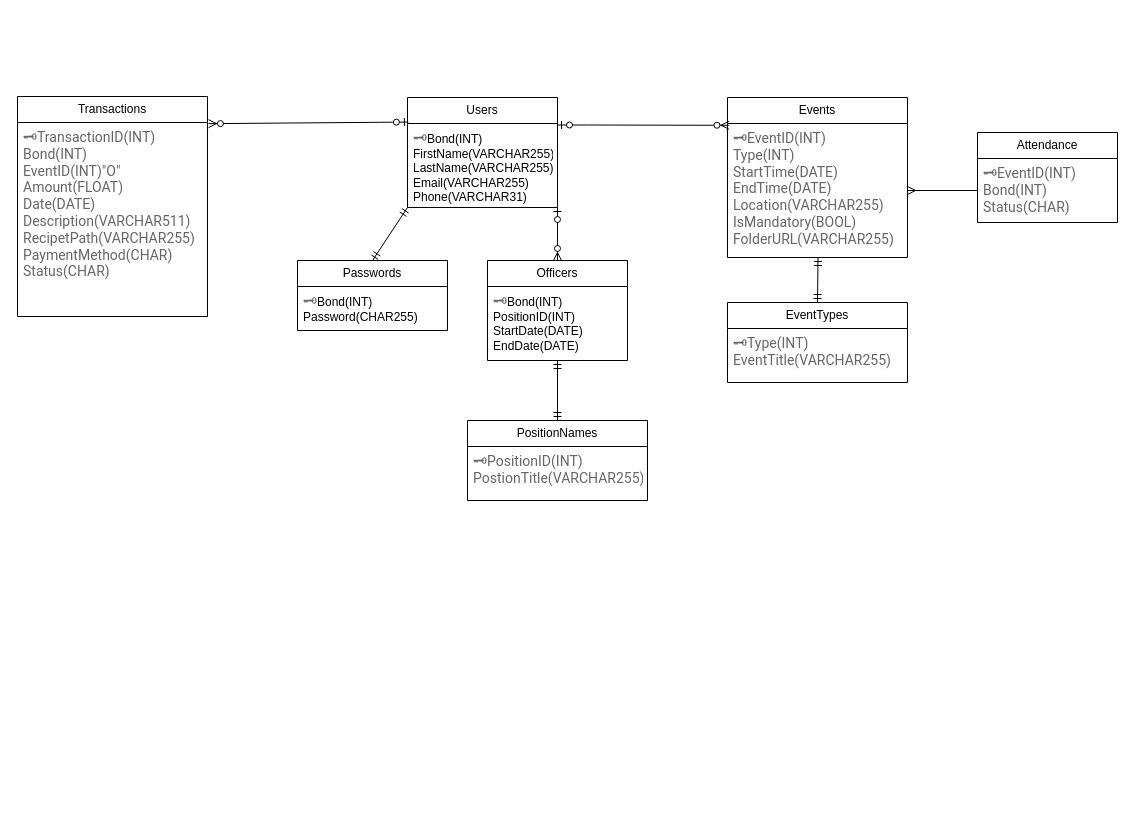
Above: documentation/pdtnsaDB.drawio in vermaakL/PDTNSA (draw.io), before the change. Source tidied: cells renumbered, new cells numbered last; positions are measured from the earlier drawing's top-left corner, leaving out a move shared by most shapes. Both pictures are drawn from the tidied source at 100%, with x=0, y=0 at pixel (17, 96).
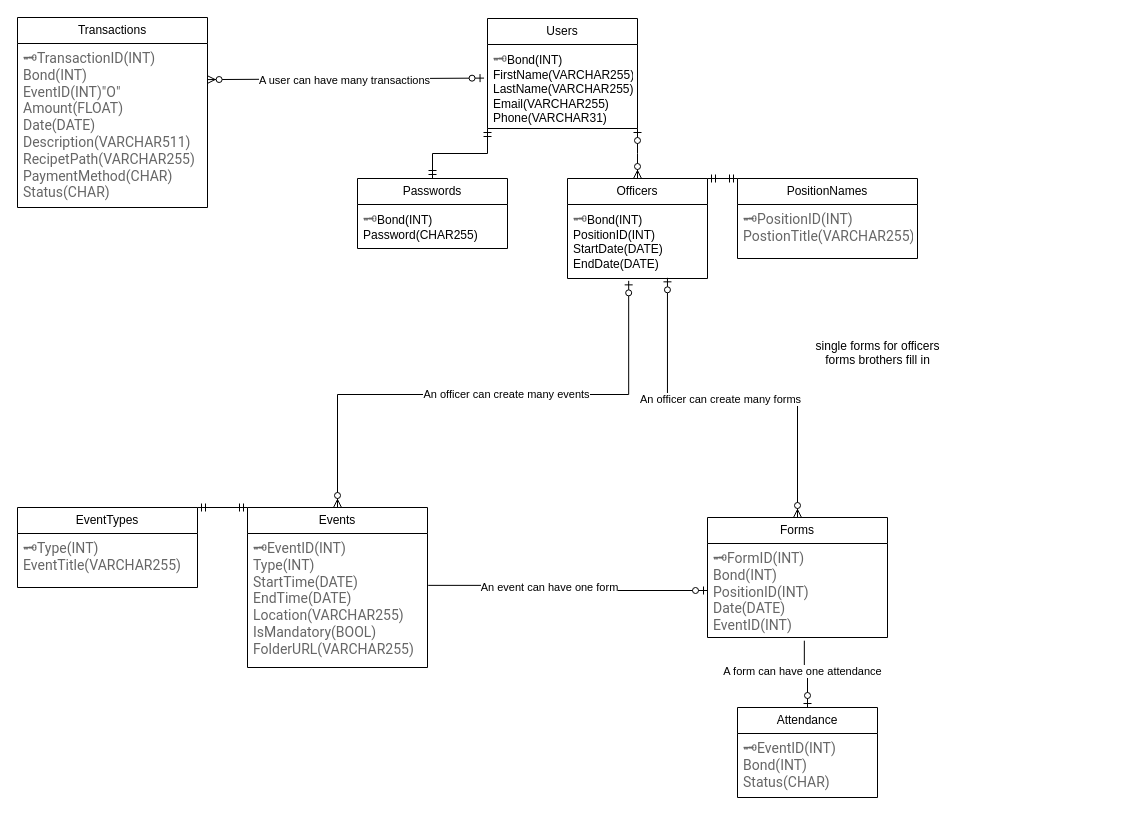
The same diagram, later.

Unchanged cells that the change refers to:
```xml
<mxCell id="3" value="&lt;span style=&quot;color: rgb(102, 102, 102); font-family: Roboto, Helvetica, sans-serif; font-size: 14px; background-color: rgb(255, 255, 255);&quot;&gt;🗝&lt;/span&gt;Bond(INT)&lt;div&gt;FirstName(VARCHAR255)&lt;/div&gt;&lt;div&gt;LastName(&lt;span style=&quot;background-color: initial;&quot;&gt;VARCHAR255&lt;/span&gt;&lt;span style=&quot;background-color: initial;&quot;&gt;)&lt;/span&gt;&lt;/div&gt;&lt;div&gt;&lt;div&gt;Email(&lt;span style=&quot;background-color: initial;&quot;&gt;VARCHAR255&lt;/span&gt;&lt;span style=&quot;background-color: initial;&quot;&gt;)&lt;/span&gt;&lt;/div&gt;&lt;div&gt;&lt;div&gt;Phone(&lt;span style=&quot;background-color: initial;&quot;&gt;VARCHAR31&lt;/span&gt;&lt;span style=&quot;background-color: initial;&quot;&gt;)&lt;/span&gt;&lt;/div&gt;&lt;/div&gt;&lt;/div&gt;" style="text;strokeColor=none;fillColor=none;align=left;verticalAlign=top;spacingLeft=4;spacingRight=4;overflow=hidden;points=[[0,0.5],[1,0.5]];portConstraint=eastwest;whiteSpace=wrap;html=1;" parent="2" vertex="1">
  <mxGeometry y="26" width="150" height="84" as="geometry" />
</mxCell>
<mxCell id="5" value="&lt;span style=&quot;color: rgb(102, 102, 102); font-family: Roboto, Helvetica, sans-serif; font-size: 14px; background-color: rgb(255, 255, 255);&quot;&gt;🗝EventID(INT)&lt;br&gt;Bond(INT)&lt;/span&gt;&lt;div&gt;&lt;span style=&quot;color: rgb(102, 102, 102); font-family: Roboto, Helvetica, sans-serif; font-size: 14px; background-color: rgb(255, 255, 255);&quot;&gt;Status(CHAR)&lt;br&gt;&lt;/span&gt;&lt;div&gt;&lt;div&gt;&lt;div&gt;&lt;br&gt;&lt;/div&gt;&lt;/div&gt;&lt;/div&gt;&lt;/div&gt;" style="text;strokeColor=none;fillColor=none;align=left;verticalAlign=top;spacingLeft=4;spacingRight=4;overflow=hidden;points=[[0,0.5],[1,0.5]];portConstraint=eastwest;whiteSpace=wrap;html=1;" parent="4" vertex="1">
  <mxGeometry y="26" width="140" height="64" as="geometry" />
</mxCell>
<mxCell id="7" value="&lt;span style=&quot;color: rgb(102, 102, 102); font-family: Roboto, Helvetica, sans-serif; font-size: 14px; background-color: rgb(255, 255, 255);&quot;&gt;🗝EventID(INT)&lt;br&gt;Type(INT)&lt;br&gt;StartTime(DATE)&lt;br&gt;EndTime(DATE)&lt;/span&gt;&lt;div&gt;&lt;span style=&quot;color: rgb(102, 102, 102); font-family: Roboto, Helvetica, sans-serif; font-size: 14px; background-color: rgb(255, 255, 255);&quot;&gt;Location(VARCHAR255)&lt;/span&gt;&lt;/div&gt;&lt;div&gt;&lt;span style=&quot;color: rgb(102, 102, 102); font-family: Roboto, Helvetica, sans-serif; font-size: 14px; background-color: rgb(255, 255, 255);&quot;&gt;IsMandatory(BOOL)&lt;/span&gt;&lt;/div&gt;&lt;div&gt;&lt;span style=&quot;color: rgb(102, 102, 102); font-family: Roboto, Helvetica, sans-serif; font-size: 14px; background-color: rgb(255, 255, 255);&quot;&gt;FolderURL(VARCHAR255)&lt;/span&gt;&lt;/div&gt;" style="text;strokeColor=none;fillColor=none;align=left;verticalAlign=top;spacingLeft=4;spacingRight=4;overflow=hidden;points=[[0,0.5],[1,0.5]];portConstraint=eastwest;whiteSpace=wrap;html=1;" parent="6" vertex="1">
  <mxGeometry y="26" width="180" height="134" as="geometry" />
</mxCell>
<mxCell id="9" value="&lt;span style=&quot;color: rgb(102, 102, 102); font-family: Roboto, Helvetica, sans-serif; font-size: 14px; background-color: rgb(255, 255, 255);&quot;&gt;🗝&lt;/span&gt;Bond(INT)&lt;div&gt;PositionID(INT)&lt;br&gt;StartDate(DATE)&lt;br&gt;EndDate(DATE)&lt;br&gt;&lt;br&gt;&lt;/div&gt;&lt;div&gt;&lt;div&gt;&lt;div&gt;&lt;br&gt;&lt;/div&gt;&lt;/div&gt;&lt;/div&gt;" style="text;strokeColor=none;fillColor=none;align=left;verticalAlign=top;spacingLeft=4;spacingRight=4;overflow=hidden;points=[[0,0.5],[1,0.5]];portConstraint=eastwest;whiteSpace=wrap;html=1;" parent="8" vertex="1">
  <mxGeometry y="26" width="140" height="74" as="geometry" />
</mxCell>
```

What changed in the source:
```diff
@@
     <mxCell id="2" value="Users" style="swimlane;fontStyle=0;horizontal=1;startSize=26;fillColor=none;whiteSpace=wrap;html=1;" parent="1" vertex="1">
-      <mxGeometry x="390" y="1" width="150" height="110" as="geometry" />
+      <mxGeometry x="470" y="-78" width="150" height="110" as="geometry" />
     </mxCell>
@@
     <mxCell id="4" value="Attendance" style="swimlane;fontStyle=0;horizontal=1;startSize=26;fillColor=none;whiteSpace=wrap;html=1;" parent="1" vertex="1">
-      <mxGeometry x="960" y="36" width="140" height="90" as="geometry" />
+      <mxGeometry x="720" y="611" width="140" height="90" as="geometry" />
     </mxCell>
@@
     <mxCell id="6" value="Events" style="swimlane;fontStyle=0;horizontal=1;startSize=26;fillColor=none;whiteSpace=wrap;html=1;" parent="1" vertex="1">
-      <mxGeometry x="710" y="1" width="180" height="160" as="geometry" />
+      <mxGeometry x="230" y="411" width="180" height="160" as="geometry" />
     </mxCell>
@@
     <mxCell id="8" value="Officers" style="swimlane;fontStyle=0;horizontal=1;startSize=26;fillColor=none;whiteSpace=wrap;html=1;" parent="1" vertex="1">
-      <mxGeometry x="470" y="164" width="140" height="100" as="geometry" />
+      <mxGeometry x="550" y="82" width="140" height="100" as="geometry" />
     </mxCell>
@@
     <mxCell id="10" value="PositionNames" style="swimlane;fontStyle=0;horizontal=1;startSize=26;fillColor=none;whiteSpace=wrap;html=1;" parent="1" vertex="1">
-      <mxGeometry x="450" y="324" width="180" height="80" as="geometry" />
+      <mxGeometry x="720" y="82" width="180" height="80" as="geometry" />
     </mxCell>
@@
     <mxCell id="12" value="EventTypes" style="swimlane;fontStyle=0;horizontal=1;startSize=26;fillColor=none;whiteSpace=wrap;html=1;" parent="1" vertex="1">
-      <mxGeometry x="710" y="206" width="180" height="80" as="geometry" />
+      <mxGeometry y="411" width="180" height="80" as="geometry" />
     </mxCell>
@@
     <mxCell id="14" value="Transactions" style="swimlane;fontStyle=0;horizontal=1;startSize=26;fillColor=none;whiteSpace=wrap;html=1;" parent="1" vertex="1">
-      <mxGeometry width="190" height="220" as="geometry" />
+      <mxGeometry y="-79" width="190" height="190" as="geometry" />
     </mxCell>
     <mxCell id="15" value="&lt;span style=&quot;color: rgb(102, 102, 102); font-family: Roboto, Helvetica, sans-serif; font-size: 14px; background-color: rgb(255, 255, 255);&quot;&gt;🗝TransactionID(INT)&lt;/span&gt;&lt;div&gt;&lt;font face=&quot;Roboto, Helvetica, sans-serif&quot; color=&quot;#666666&quot;&gt;&lt;span style=&quot;font-size: 14px;&quot;&gt;Bond(INT)&lt;br&gt;EventID(INT)&lt;/span&gt;&lt;/font&gt;&lt;span style=&quot;color: rgb(102, 102, 102); font-family: Roboto, Helvetica, sans-serif; font-size: 14px;&quot;&gt;&quot;O&quot;&lt;/span&gt;&lt;font face=&quot;Roboto, Helvetica, sans-serif&quot; color=&quot;#666666&quot;&gt;&lt;span style=&quot;font-size: 14px;&quot;&gt;&lt;br&gt;Amount(FLOAT)&lt;br&gt;Date(DATE)&lt;/span&gt;&lt;/font&gt;&lt;/div&gt;&lt;div&gt;&lt;font face=&quot;Roboto, Helvetica, sans-serif&quot; color=&quot;#666666&quot;&gt;&lt;span style=&quot;font-size: 14px;&quot;&gt;Description(VARCHAR511)&lt;/span&gt;&lt;/font&gt;&lt;/div&gt;&lt;div&gt;&lt;font face=&quot;Roboto, Helvetica, sans-serif&quot; color=&quot;#666666&quot;&gt;&lt;span style=&quot;font-size: 14px;&quot;&gt;RecipetPath(VARCHAR255)&lt;/span&gt;&lt;/font&gt;&lt;/div&gt;&lt;div&gt;&lt;font face=&quot;Roboto, Helvetica, sans-serif&quot; color=&quot;#666666&quot;&gt;&lt;span style=&quot;font-size: 14px;&quot;&gt;PaymentMethod(CHAR)&lt;/span&gt;&lt;/font&gt;&lt;/div&gt;&lt;div&gt;&lt;font face=&quot;Roboto, Helvetica, sans-serif&quot; color=&quot;#666666&quot;&gt;&lt;span style=&quot;font-size: 14px;&quot;&gt;Status(CHAR)&lt;br&gt;&lt;/span&gt;&lt;/font&gt;&lt;div&gt;&lt;div&gt;&lt;div&gt;&lt;span style=&quot;background-color: initial;&quot;&gt;&lt;br&gt;&lt;/span&gt;&lt;/div&gt;&lt;div&gt;&lt;br&gt;&lt;/div&gt;&lt;/div&gt;&lt;/div&gt;&lt;/div&gt;" style="text;strokeColor=none;fillColor=none;align=left;verticalAlign=top;spacingLeft=4;spacingRight=4;overflow=hidden;points=[[0,0.5],[1,0.5]];portConstraint=eastwest;whiteSpace=wrap;html=1;" parent="14" vertex="1">
-      <mxGeometry y="26" width="190" height="194" as="geometry" />
+      <mxGeometry y="26" width="190" height="164" as="geometry" />
     </mxCell>
     <mxCell id="16" value="Passwords" style="swimlane;fontStyle=0;horizontal=1;startSize=26;fillColor=none;whiteSpace=wrap;html=1;" parent="1" vertex="1">
-      <mxGeometry x="280" y="164" width="150" height="70" as="geometry" />
+      <mxGeometry x="340" y="82" width="150" height="70" as="geometry" />
     </mxCell>
@@
-    <mxCell id="18" style="fontSize=12;html=1;endArrow=ERmany;rounded=0;entryX=1;entryY=0.5;entryDx=0;entryDy=0;exitX=0;exitY=0.5;exitDx=0;exitDy=0;" parent="1" edge="1" source="5" target="7">
-      <mxGeometry relative="1" as="geometry" />
-    </mxCell>
-    <mxCell id="19" style="fontSize=12;html=1;endArrow=ERmandOne;startArrow=ERmandOne;rounded=0;exitX=0.5;exitY=0;exitDx=0;exitDy=0;entryX=0.5;entryY=1;entryDx=0;entryDy=0;" parent="1" edge="1" source="10" target="8">
+    <mxCell id="19" style="fontSize=12;html=1;endArrow=ERmandOne;startArrow=ERmandOne;rounded=0;exitX=0;exitY=0;exitDx=0;exitDy=0;entryX=1;entryY=0;entryDx=0;entryDy=0;" parent="1" edge="1" source="10" target="8">
       <mxGeometry relative="1" as="geometry" />
     </mxCell>
-    <mxCell id="20" style="fontSize=12;html=1;endArrow=ERmandOne;startArrow=ERmandOne;rounded=0;entryX=0.508;entryY=1.01;entryDx=0;entryDy=0;entryPerimeter=0;exitX=0.5;exitY=0;exitDx=0;exitDy=0;" parent="1" edge="1" source="12">
-      <mxGeometry relative="1" as="geometry">
-        <mxPoint x="800.5" y="161" as="targetPoint" />
-      </mxGeometry>
+    <mxCell id="20" style="fontSize=12;html=1;endArrow=ERmandOne;startArrow=ERmandOne;rounded=0;entryX=0;entryY=0;entryDx=0;entryDy=0;exitX=1;exitY=0;exitDx=0;exitDy=0;" parent="1" edge="1" source="12" target="6">
+      <mxGeometry relative="1" as="geometry" />
     </mxCell>
-    <mxCell id="21" style="fontSize=12;html=1;endArrow=ERmandOne;startArrow=ERmandOne;rounded=0;entryX=0;entryY=1;entryDx=0;entryDy=0;exitX=0.5;exitY=0;exitDx=0;exitDy=0;" parent="1" edge="1" source="16" target="2">
+    <mxCell id="21" style="fontSize=12;html=1;endArrow=ERmandOne;startArrow=ERmandOne;rounded=0;entryX=0;entryY=1;entryDx=0;entryDy=0;exitX=0.5;exitY=0;exitDx=0;exitDy=0;edgeStyle=elbowEdgeStyle;elbow=vertical;" parent="1" edge="1" source="16" target="2">
       <mxGeometry relative="1" as="geometry" />
     </mxCell>
-    <mxCell id="22" style="fontSize=12;html=1;endArrow=ERzeroToMany;startArrow=ERzeroToOne;rounded=0;exitX=1;exitY=1;exitDx=0;exitDy=0;entryX=0.5;entryY=0;entryDx=0;entryDy=0;" parent="1" edge="1" source="2" target="8">
+    <mxCell id="22" style="fontSize=12;html=1;endArrow=ERzeroToMany;startArrow=ERzeroToOne;rounded=0;exitX=1;exitY=1;exitDx=0;exitDy=0;entryX=0.5;entryY=0;entryDx=0;entryDy=0;edgeStyle=elbowEdgeStyle;elbow=vertical;" parent="1" edge="1" source="2" target="8">
       <mxGeometry relative="1" as="geometry" />
     </mxCell>
-    <mxCell id="23" style="edgeStyle=entityRelationEdgeStyle;fontSize=12;html=1;endArrow=ERzeroToMany;startArrow=ERzeroToOne;rounded=0;entryX=0.008;entryY=0.013;entryDx=0;entryDy=0;exitX=1;exitY=0.25;exitDx=0;exitDy=0;entryPerimeter=0;" parent="1" edge="1" source="2" target="7">
-      <mxGeometry relative="1" as="geometry" />
-    </mxCell>
-    <mxCell id="24" style="fontSize=12;html=1;endArrow=ERzeroToMany;startArrow=ERzeroToOne;rounded=0;entryX=1.005;entryY=0.006;entryDx=0;entryDy=0;exitX=0.006;exitY=-0.017;exitDx=0;exitDy=0;entryPerimeter=0;exitPerimeter=0;" parent="1" edge="1" source="3" target="15">
+    <mxCell id="24" style="fontSize=12;html=1;endArrow=ERzeroToMany;startArrow=ERzeroToOne;rounded=0;entryX=0.998;entryY=0.22;entryDx=0;entryDy=0;exitX=-0.023;exitY=0.4;exitDx=0;exitDy=0;entryPerimeter=0;exitPerimeter=0;" parent="1" edge="1" source="3" target="15">
       <mxGeometry relative="1" as="geometry" />
     </mxCell>
+    <mxCell id="25" value="A user can have many transactions" style="edgeLabel;html=1;align=center;verticalAlign=middle;" parent="24" vertex="1">
+      <mxGeometry x="0.01" y="1" relative="1" as="geometry" />
+    </mxCell>
+    <mxCell id="26" value="Forms" style="swimlane;fontStyle=0;horizontal=1;startSize=26;fillColor=none;whiteSpace=wrap;html=1;" parent="1" vertex="1">
+      <mxGeometry x="690" y="421" width="180" height="120" as="geometry" />
+    </mxCell>
+    <mxCell id="27" value="&lt;span style=&quot;color: rgb(102, 102, 102); font-family: Roboto, Helvetica, sans-serif; font-size: 14px; background-color: rgb(255, 255, 255);&quot;&gt;🗝FormID(INT)&lt;/span&gt;&lt;div&gt;&lt;font face=&quot;Roboto, Helvetica, sans-serif&quot; color=&quot;#666666&quot;&gt;&lt;span style=&quot;font-size: 14px;&quot;&gt;Bond(INT)&lt;br&gt;&lt;/span&gt;&lt;/font&gt;&lt;div&gt;&lt;div&gt;&lt;div&gt;&lt;font face=&quot;Roboto, Helvetica, sans-serif&quot; color=&quot;#666666&quot;&gt;&lt;span style=&quot;font-size: 14px;&quot;&gt;PositionID(INT)&lt;/span&gt;&lt;/font&gt;&lt;/div&gt;&lt;div&gt;&lt;font face=&quot;Roboto, Helvetica, sans-serif&quot; color=&quot;#666666&quot;&gt;&lt;span style=&quot;font-size: 14px;&quot;&gt;Date(DATE)&lt;/span&gt;&lt;/font&gt;&lt;/div&gt;&lt;div&gt;&lt;font face=&quot;Roboto, Helvetica, sans-serif&quot; color=&quot;#666666&quot;&gt;&lt;span style=&quot;font-size: 14px;&quot;&gt;EventID(INT)&lt;/span&gt;&lt;/font&gt;&lt;/div&gt;&lt;div&gt;&lt;font face=&quot;Roboto, Helvetica, sans-serif&quot; color=&quot;#666666&quot;&gt;&lt;span style=&quot;font-size: 14px;&quot;&gt;&lt;br&gt;&lt;/span&gt;&lt;/font&gt;&lt;div&gt;&lt;div&gt;&lt;div&gt;&lt;br&gt;&lt;/div&gt;&lt;/div&gt;&lt;/div&gt;&lt;/div&gt;&lt;/div&gt;&lt;/div&gt;&lt;/div&gt;" style="text;strokeColor=none;fillColor=none;align=left;verticalAlign=top;spacingLeft=4;spacingRight=4;overflow=hidden;points=[[0,0.5],[1,0.5]];portConstraint=eastwest;whiteSpace=wrap;html=1;" parent="26" vertex="1">
+      <mxGeometry y="26" width="180" height="94" as="geometry" />
+    </mxCell>
+    <mxCell id="28" style="fontSize=12;html=1;endArrow=ERzeroToMany;startArrow=ERzeroToOne;rounded=0;entryX=0.5;entryY=0;entryDx=0;entryDy=0;exitX=0.437;exitY=1.032;exitDx=0;exitDy=0;exitPerimeter=0;edgeStyle=elbowEdgeStyle;elbow=vertical;" parent="1" edge="1" source="9" target="6">
+      <mxGeometry relative="1" as="geometry" />
+    </mxCell>
+    <mxCell id="29" value="An officer can create many events" style="edgeLabel;html=1;align=center;verticalAlign=middle;" parent="28" vertex="1">
+      <mxGeometry x="-0.09" y="-1" relative="1" as="geometry" />
+    </mxCell>
+    <mxCell id="30" style="edgeStyle=elbowEdgeStyle;fontSize=12;html=1;endArrow=ERzeroToMany;startArrow=ERzeroToOne;rounded=0;exitX=0.714;exitY=0.991;exitDx=0;exitDy=0;exitPerimeter=0;entryX=0.5;entryY=0;entryDx=0;entryDy=0;elbow=vertical;" parent="1" edge="1" source="9" target="26">
+      <mxGeometry relative="1" as="geometry" />
+    </mxCell>
+    <mxCell id="31" value="An officer can create many forms" style="edgeLabel;html=1;align=center;verticalAlign=middle;" parent="30" vertex="1">
+      <mxGeometry x="-0.07" y="-1" relative="1" as="geometry" />
+    </mxCell>
+    <mxCell id="32" style="edgeStyle=elbowEdgeStyle;fontSize=12;html=1;endArrow=ERzeroToOne;endFill=1;rounded=0;exitX=1.004;exitY=0.387;exitDx=0;exitDy=0;entryX=0;entryY=0.5;entryDx=0;entryDy=0;exitPerimeter=0;" parent="1" edge="1" source="7" target="27">
+      <mxGeometry relative="1" as="geometry" />
+    </mxCell>
+    <mxCell id="33" value="An event can have one form" style="edgeLabel;html=1;align=center;verticalAlign=middle;" parent="32" vertex="1">
+      <mxGeometry x="-0.15" y="-2" relative="1" as="geometry" />
+    </mxCell>
+    <mxCell id="34" style="edgeStyle=elbowEdgeStyle;fontSize=12;html=1;endArrow=ERzeroToOne;endFill=1;rounded=0;exitX=0.538;exitY=1.034;exitDx=0;exitDy=0;entryX=0.5;entryY=0;entryDx=0;entryDy=0;exitPerimeter=0;elbow=vertical;" parent="1" edge="1" source="27" target="4">
+      <mxGeometry relative="1" as="geometry" />
+    </mxCell>
+    <mxCell id="35" value="A form can have one attendance" style="edgeLabel;html=1;align=center;verticalAlign=middle;" parent="34" vertex="1">
+      <mxGeometry x="-0.15" y="-2" relative="1" as="geometry" />
+    </mxCell>
+    <mxCell id="36" value="single forms for officers&lt;div&gt;forms brothers fill in&lt;/div&gt;&lt;div&gt;&lt;br&gt;&lt;/div&gt;" style="text;html=1;align=center;verticalAlign=middle;strokeColor=none;fillColor=none;" parent="1" vertex="1">
+      <mxGeometry x="785" y="234" width="150" height="60" as="geometry" />
+    </mxCell>
```
